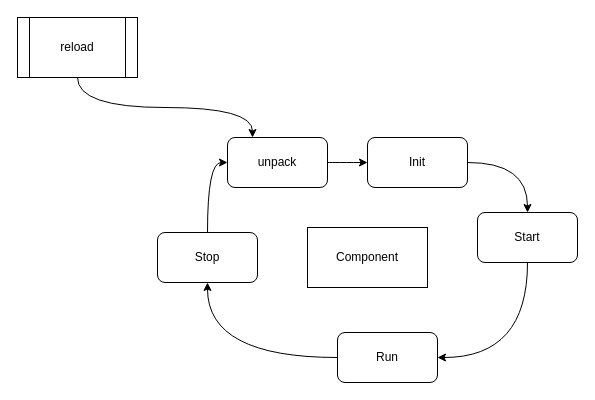
Above: logjacht-cfg.drawio in ethfoo/drawio (draw.io), before the change. Source tidied: cells renumbered, new cells numbered last; positions are measured from the earlier drawing's top-left corner, leaving out a move shared by most shapes. Both pictures are drawn from the tidied source at 100%, with x=0, y=0 at pixel (17, 17).
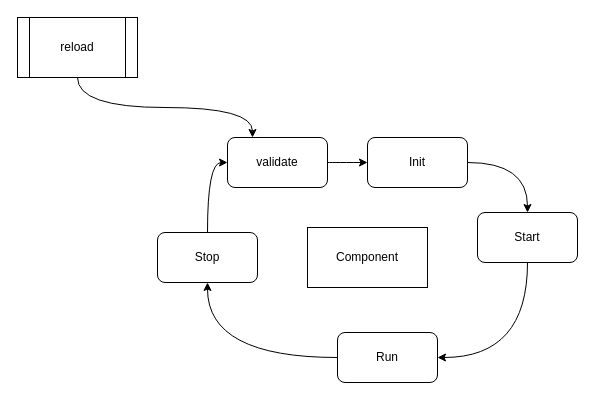
The same page after the edit.

The edit, as a diff of the source:
```diff
@@
 <mxGraphModel>
   <root>
     <mxCell id="0" />
     <mxCell id="1" parent="0" />
     <mxCell id="2" style="edgeStyle=orthogonalEdgeStyle;rounded=0;jettySize=auto;html=1;exitX=1;exitY=0.5;exitDx=0;exitDy=0;curved=1;" parent="1" edge="1" source="3" target="6">
       <mxGeometry relative="1" as="geometry" />
     </mxCell>
     <mxCell id="3" value="Init" style="rounded=1;whiteSpace=wrap;html=1;" parent="1" vertex="1">
       <mxGeometry x="350" y="120" width="100" height="50" as="geometry" />
     </mxCell>
     <mxCell id="4" value="Component" style="rounded=0;whiteSpace=wrap;html=1;" parent="1" vertex="1">
       <mxGeometry x="290" y="210" width="120" height="60" as="geometry" />
     </mxCell>
     <mxCell id="5" style="edgeStyle=orthogonalEdgeStyle;curved=1;rounded=0;jettySize=auto;html=1;entryX=1;entryY=0.5;entryDx=0;entryDy=0;" parent="1" edge="1" source="6" target="8">
       <mxGeometry relative="1" as="geometry">
         <Array as="points">
           <mxPoint x="510" y="340" />
         </Array>
       </mxGeometry>
     </mxCell>
     <mxCell id="6" value="Start" style="rounded=1;whiteSpace=wrap;html=1;" parent="1" vertex="1">
       <mxGeometry x="460" y="195" width="100" height="50" as="geometry" />
     </mxCell>
     <mxCell id="7" style="edgeStyle=orthogonalEdgeStyle;curved=1;rounded=0;jettySize=auto;html=1;exitX=0;exitY=0.5;exitDx=0;exitDy=0;" parent="1" edge="1" source="8" target="10">
       <mxGeometry relative="1" as="geometry" />
     </mxCell>
     <mxCell id="8" value="Run" style="rounded=1;whiteSpace=wrap;html=1;" parent="1" vertex="1">
       <mxGeometry x="320" y="315" width="100" height="50" as="geometry" />
     </mxCell>
     <mxCell id="9" style="edgeStyle=orthogonalEdgeStyle;curved=1;rounded=0;jettySize=auto;html=1;exitX=0.5;exitY=0;exitDx=0;exitDy=0;strokeWidth=1;" parent="1" edge="1" source="10" target="14">
       <mxGeometry relative="1" as="geometry">
         <Array as="points">
           <mxPoint x="190" y="145" />
         </Array>
       </mxGeometry>
     </mxCell>
     <mxCell id="10" value="Stop" style="rounded=1;whiteSpace=wrap;html=1;" parent="1" vertex="1">
       <mxGeometry x="140" y="215" width="100" height="50" as="geometry" />
     </mxCell>
     <mxCell id="11" style="edgeStyle=orthogonalEdgeStyle;curved=1;rounded=0;jettySize=auto;html=1;exitX=0.5;exitY=1;exitDx=0;exitDy=0;entryX=0.25;entryY=0;entryDx=0;entryDy=0;strokeWidth=1;" parent="1" edge="1" source="12" target="14">
       <mxGeometry relative="1" as="geometry" />
     </mxCell>
     <mxCell id="12" value="reload" style="shape=process;whiteSpace=wrap;html=1;backgroundOutline=1;" parent="1" vertex="1">
       <mxGeometry width="120" height="60" as="geometry" />
     </mxCell>
     <mxCell id="13" style="edgeStyle=orthogonalEdgeStyle;curved=1;rounded=0;jettySize=auto;html=1;exitX=1;exitY=0.5;exitDx=0;exitDy=0;entryX=0;entryY=0.5;entryDx=0;entryDy=0;strokeWidth=1;" parent="1" edge="1" source="14" target="3">
       <mxGeometry relative="1" as="geometry" />
     </mxCell>
-    <mxCell id="14" value="unpack" style="rounded=1;whiteSpace=wrap;html=1;" parent="1" vertex="1">
+    <mxCell id="14" value="validate" style="rounded=1;whiteSpace=wrap;html=1;" parent="1" vertex="1">
       <mxGeometry x="210" y="120" width="100" height="50" as="geometry" />
     </mxCell>
   </root>
 </mxGraphModel>
```
